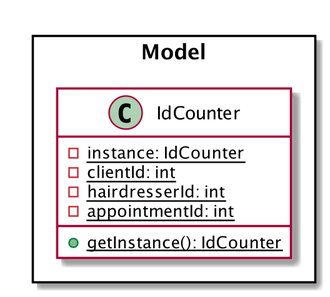
Above: docs/images/IDCounterClassDiagram.png in ya0-yuan/tp (PlantUML), before the change.
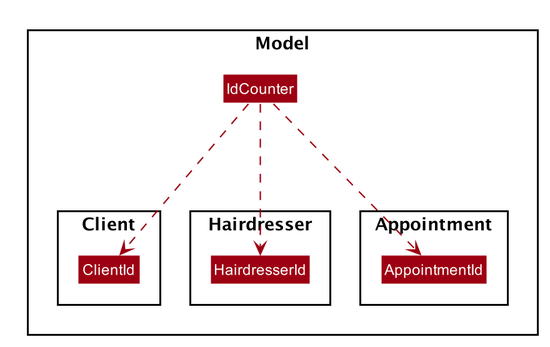
After the change.

The edit, as a diff of the source:
```diff
@@ -1,14 +1,75 @@
 @startuml
 
+
+
+
+
+
+
+
+skinparam BackgroundColor #FFFFFFF
+
+skinparam Shadowing false
+
+skinparam Class {
+    FontColor #FFFFFF
+    BorderThickness 1
+    BorderColor #FFFFFF
+    StereotypeFontColor #FFFFFF
+    FontName Arial
+}
+
+skinparam Actor {
+    BorderColor #000000
+    Color #000000
+    FontName Arial
+}
+
+skinparam Sequence {
+    MessageAlign center
+    BoxFontSize 15
+    BoxPadding 0
+    BoxFontColor #FFFFFF
+    FontName Arial
+}
+
+skinparam Participant {
+    FontColor #FFFFFFF
+    Padding 20
+}
+
+skinparam MinClassWidth 50
+skinparam ParticipantPadding 10
+skinparam Shadowing false
+skinparam DefaultTextAlignment center
+skinparam packageStyle Rectangle
+
+hide footbox
+hide members
+hide circle
 skinparam arrowThickness 1.1
-skinparam classBackgroundColor MODEL_COLOR
+skinparam arrowColor #9D0012
+skinparam classBackgroundColor #9D0012
 
 Package Model <<Rectangle>>{
 Class IdCounter {
-{static} - instance: IdCounter
-{static} - clientId: int
-{static} - hairdresserId: int
-{static} - appointmentId: int
-{static} + getInstance(): IdCounter
+
 }
+
+Package Client {
+Class ClientId {
+}
+}
+
+Package Hairdresser {
+Class HairdresserId
+}
+
+Package Appointment {
+Class AppointmentId
+}
+
+IdCounter -.down-> HairdresserId
+IdCounter -.down-> ClientId
+IdCounter -.down-> AppointmentId
 @enduml
```
